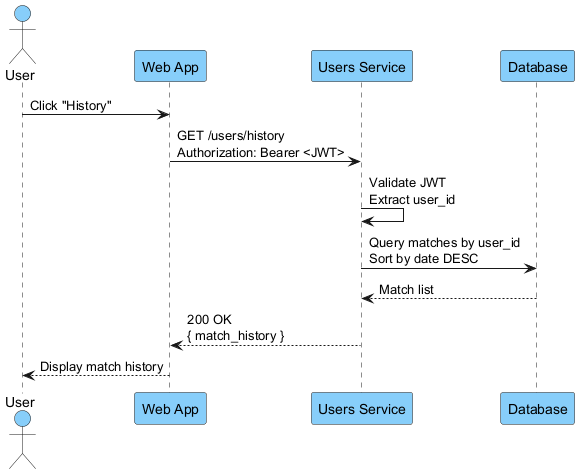
Before: images/Match history sequence (Web App → Users Module).png, a diagram exported from PlantUML (Arquisoft/yovi_es3b).
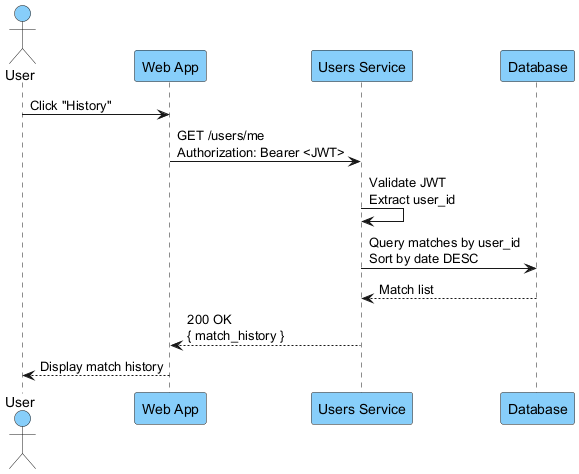
Above is the later version.

Diff of the diagram source:
```diff
@@ -6,7 +6,7 @@
 
 User -> Web: Click "History"
 
-Web -> Users: GET /users/history\nAuthorization: Bearer <JWT>
+Web -> Users: GET /users/me\nAuthorization: Bearer <JWT>
 
 Users -> Users: Validate JWT\nExtract user_id
 
```
